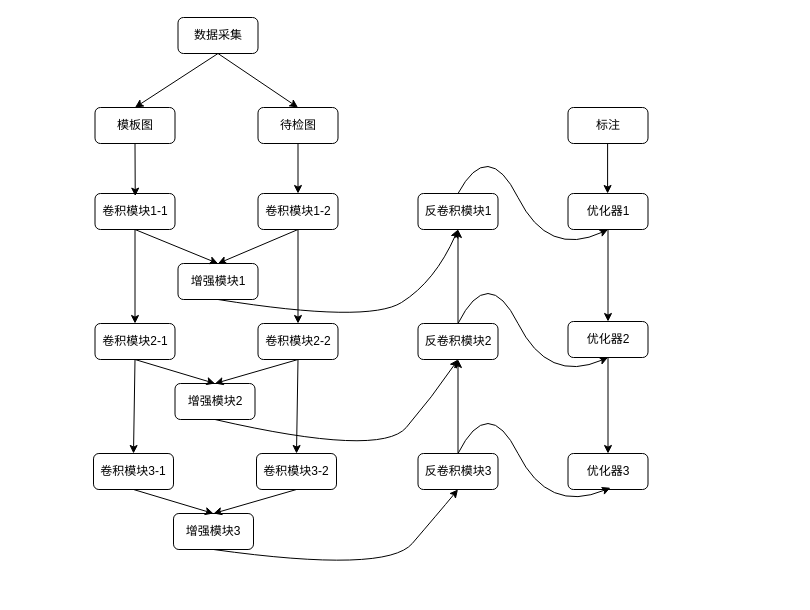
Before: 未命名绘图.drawio in plzo/git-note, a draw.io diagram. Source tidied: cells renumbered, new cells numbered last; positions are measured from the earlier drawing's top-left corner, leaving out a move shared by most shapes. Both pictures are drawn from the tidied source at 100%, with x=0, y=0 at pixel (93, 17).
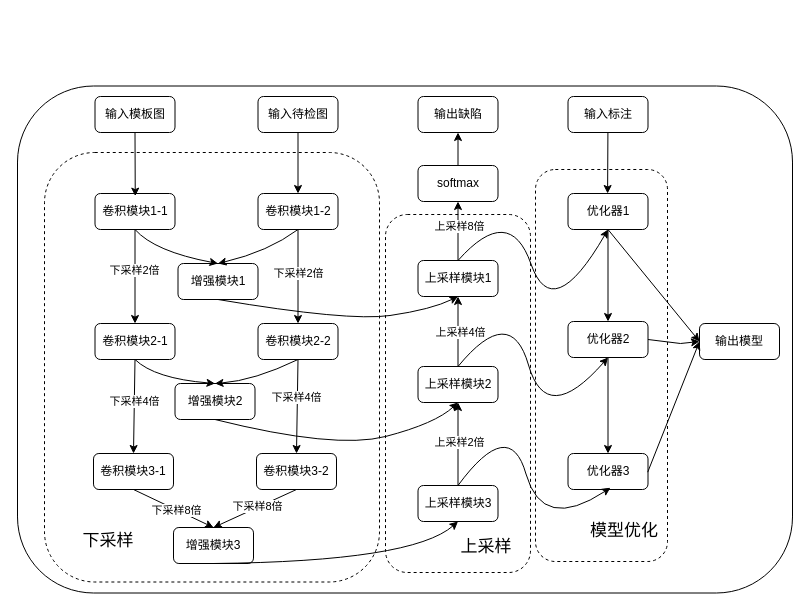
After the change.

Commit message:
网络流程图.drawio

Unchanged cells that the change refers to:
```xml
<mxCell id="5" value="卷积模块1-1" style="rounded=1;whiteSpace=wrap;html=1;" parent="1" vertex="1">
  <mxGeometry x="1.5" y="176" width="80" height="36" as="geometry" />
</mxCell>
<mxCell id="6" value="卷积模块1-2" style="rounded=1;whiteSpace=wrap;html=1;" parent="1" vertex="1">
  <mxGeometry x="164.5" y="176" width="80" height="36" as="geometry" />
</mxCell>
<mxCell id="7" value="卷积模块2-1" style="rounded=1;whiteSpace=wrap;html=1;" parent="1" vertex="1">
  <mxGeometry x="1.5" y="306" width="80" height="36" as="geometry" />
</mxCell>
<mxCell id="8" value="卷积模块2-2" style="rounded=1;whiteSpace=wrap;html=1;" parent="1" vertex="1">
  <mxGeometry x="164.5" y="306" width="80" height="36" as="geometry" />
</mxCell>
<mxCell id="10" value="增强模块1" style="rounded=1;whiteSpace=wrap;html=1;" parent="1" vertex="1">
  <mxGeometry x="84.5" y="246" width="80" height="36" as="geometry" />
</mxCell>
<mxCell id="13" style="endArrow=classic;html=1;rounded=0;exitX=0.5;exitY=1;exitDx=0;exitDy=0;" parent="1" edge="1" source="5" target="7">
  <mxGeometry relative="1" as="geometry" />
</mxCell>
<mxCell id="15" value="增强模块2" style="rounded=1;whiteSpace=wrap;html=1;" parent="1" vertex="1">
  <mxGeometry x="81.5" y="366" width="80" height="36" as="geometry" />
</mxCell>
<mxCell id="21" style="endArrow=classic;html=1;rounded=0;exitX=0.5;exitY=1;exitDx=0;exitDy=0;entryX=0.5;entryY=0;entryDx=0;entryDy=0;" parent="1" edge="1" source="18" target="20">
  <mxGeometry relative="1" as="geometry" />
</mxCell>
<mxCell id="22" style="endArrow=classic;html=1;rounded=0;exitX=0.5;exitY=1;exitDx=0;exitDy=0;entryX=0.5;entryY=0;entryDx=0;entryDy=0;" parent="1" edge="1" source="19" target="20">
  <mxGeometry relative="1" as="geometry" />
</mxCell>
<mxCell id="23" style="endArrow=classic;html=1;rounded=0;exitX=0.5;exitY=1;exitDx=0;exitDy=0;entryX=0.5;entryY=0;entryDx=0;entryDy=0;" parent="1" edge="1" source="6" target="8">
  <mxGeometry relative="1" as="geometry" />
</mxCell>
<mxCell id="24" style="endArrow=classic;html=1;rounded=0;entryX=0.5;entryY=0;entryDx=0;entryDy=0;exitX=0.5;exitY=1;exitDx=0;exitDy=0;" parent="1" edge="1" source="8" target="19">
  <mxGeometry relative="1" as="geometry" />
</mxCell>
<mxCell id="25" style="endArrow=classic;html=1;rounded=0;entryX=0.5;entryY=0;entryDx=0;entryDy=0;exitX=0.5;exitY=1;exitDx=0;exitDy=0;" parent="1" edge="1" source="7" target="18">
  <mxGeometry relative="1" as="geometry" />
</mxCell>
<mxCell id="26" value="优化器1" style="rounded=1;whiteSpace=wrap;html=1;" parent="1" vertex="1">
  <mxGeometry x="474.5" y="176" width="80" height="36" as="geometry" />
</mxCell>
<mxCell id="31" style="endArrow=classic;html=1;rounded=0;entryX=0.5;entryY=1;entryDx=0;entryDy=0;exitX=0.5;exitY=0;exitDx=0;exitDy=0;" parent="1" edge="1" source="27" target="28">
  <mxGeometry relative="1" as="geometry" />
</mxCell>
<mxCell id="32" style="endArrow=classic;html=1;rounded=0;entryX=0.5;entryY=1;entryDx=0;entryDy=0;exitX=0.5;exitY=0;exitDx=0;exitDy=0;" parent="1" edge="1" source="28" target="29">
  <mxGeometry relative="1" as="geometry" />
</mxCell>
<mxCell id="38" value="优化器2" style="rounded=1;whiteSpace=wrap;html=1;" parent="1" vertex="1">
  <mxGeometry x="474.5" y="304" width="80" height="36" as="geometry" />
</mxCell>
<mxCell id="39" value="优化器3" style="rounded=1;whiteSpace=wrap;html=1;" parent="1" vertex="1">
  <mxGeometry x="474.5" y="436" width="80" height="36" as="geometry" />
</mxCell>
```

The edit, as a diff of the source:
```diff
@@
-    <mxCell id="2" value="模板图" style="rounded=1;whiteSpace=wrap;html=1;" parent="1" vertex="1">
-      <mxGeometry x="1.5" y="90" width="80" height="36" as="geometry" />
+    <mxCell id="2" value="输入模板图" style="rounded=1;whiteSpace=wrap;html=1;" parent="1" vertex="1">
+      <mxGeometry x="1.5" y="79" width="80" height="36" as="geometry" />
     </mxCell>
-    <mxCell id="3" value="待检图" style="rounded=1;whiteSpace=wrap;html=1;" parent="1" vertex="1">
-      <mxGeometry x="164.5" y="90" width="80" height="36" as="geometry" />
+    <mxCell id="3" value="输入待检图" style="rounded=1;whiteSpace=wrap;html=1;" parent="1" vertex="1">
+      <mxGeometry x="164.5" y="79" width="80" height="36" as="geometry" />
     </mxCell>
-    <mxCell id="4" value="标注" style="rounded=1;whiteSpace=wrap;html=1;" parent="1" vertex="1">
-      <mxGeometry x="474.5" y="90" width="80" height="36" as="geometry" />
+    <mxCell id="4" value="输入标注" style="rounded=1;whiteSpace=wrap;html=1;" parent="1" vertex="1">
+      <mxGeometry x="474.5" y="79" width="80" height="36" as="geometry" />
     </mxCell>
@@
-    <mxCell id="12" style="endArrow=classic;html=1;rounded=0;exitX=0.5;exitY=1;exitDx=0;exitDy=0;entryX=0.5;entryY=0;entryDx=0;entryDy=0;" parent="1" edge="1" source="5" target="10">
-      <mxGeometry relative="1" as="geometry" />
-    </mxCell>
@@
-    <mxCell id="14" style="endArrow=classic;html=1;rounded=0;exitX=0.5;exitY=1;exitDx=0;exitDy=0;entryX=0.5;entryY=0;entryDx=0;entryDy=0;" parent="1" edge="1" source="6" target="10">
-      <mxGeometry relative="1" as="geometry" />
-    </mxCell>
+    <mxCell id="46" value="下采样2倍" style="edgeLabel;html=1;align=center;verticalAlign=middle;" parent="13" vertex="1">
+      <mxGeometry x="-0.15" y="-1" relative="1" as="geometry" />
+    </mxCell>
@@
-    <mxCell id="16" style="endArrow=classic;html=1;rounded=0;exitX=0.5;exitY=1;exitDx=0;exitDy=0;entryX=0.5;entryY=0;entryDx=0;entryDy=0;" parent="1" edge="1" source="7" target="15">
-      <mxGeometry relative="1" as="geometry" />
-    </mxCell>
-    <mxCell id="17" style="endArrow=classic;html=1;rounded=0;exitX=0.5;exitY=1;exitDx=0;exitDy=0;entryX=0.5;entryY=0;entryDx=0;entryDy=0;" parent="1" edge="1" source="8" target="15">
-      <mxGeometry relative="1" as="geometry" />
-    </mxCell>
@@
     <mxCell id="20" value="增强模块3" style="rounded=1;whiteSpace=wrap;html=1;" parent="1" vertex="1">
-      <mxGeometry x="80" y="496" width="80" height="36" as="geometry" />
+      <mxGeometry x="80" y="510" width="80" height="36" as="geometry" />
     </mxCell>
@@
+    <mxCell id="47" value="下采样8倍" style="edgeLabel;html=1;align=center;verticalAlign=middle;" parent="21" vertex="1">
+      <mxGeometry x="0.06" relative="1" as="geometry" />
+    </mxCell>
@@
+    <mxCell id="48" value="下采样8倍" style="edgeLabel;html=1;align=center;verticalAlign=middle;" parent="22" vertex="1">
+      <mxGeometry x="-0.05" y="-1" relative="1" as="geometry" />
+    </mxCell>
@@
+    <mxCell id="49" value="下采样2倍" style="edgeLabel;html=1;align=center;verticalAlign=middle;" parent="23" vertex="1">
+      <mxGeometry x="-0.08" relative="1" as="geometry" />
+    </mxCell>
@@
+    <mxCell id="50" value="下采样4倍" style="edgeLabel;html=1;align=center;verticalAlign=middle;" parent="24" vertex="1">
+      <mxGeometry x="-0.19" y="-1" relative="1" as="geometry" />
+    </mxCell>
@@
+    <mxCell id="51" value="下采样4倍" style="edgeLabel;html=1;align=center;verticalAlign=middle;" parent="25" vertex="1">
+      <mxGeometry x="-0.1" relative="1" as="geometry" />
+    </mxCell>
@@
-    <mxCell id="27" value="反卷积模块3" style="rounded=1;whiteSpace=wrap;html=1;" parent="1" vertex="1">
-      <mxGeometry x="324.5" y="436" width="80" height="36" as="geometry" />
+    <mxCell id="27" value="上采样模块3" style="rounded=1;whiteSpace=wrap;html=1;" parent="1" vertex="1">
+      <mxGeometry x="324.5" y="468" width="80" height="36" as="geometry" />
     </mxCell>
-    <mxCell id="28" value="反卷积模块2" style="rounded=1;whiteSpace=wrap;html=1;" parent="1" vertex="1">
-      <mxGeometry x="324.5" y="306" width="80" height="36" as="geometry" />
+    <mxCell id="28" value="上采样模块2" style="rounded=1;whiteSpace=wrap;html=1;" parent="1" vertex="1">
+      <mxGeometry x="324.5" y="349" width="80" height="36" as="geometry" />
     </mxCell>
-    <mxCell id="29" value="反卷积模块1" style="rounded=1;whiteSpace=wrap;html=1;" parent="1" vertex="1">
-      <mxGeometry x="324.5" y="176" width="80" height="36" as="geometry" />
+    <mxCell id="29" value="上采样模块1" style="rounded=1;whiteSpace=wrap;html=1;" parent="1" vertex="1">
+      <mxGeometry x="324.5" y="243" width="80" height="36" as="geometry" />
     </mxCell>
     <mxCell id="30" style="curved=1;endArrow=classic;html=1;rounded=0;exitX=0.5;exitY=1;exitDx=0;exitDy=0;entryX=0.5;entryY=1;entryDx=0;entryDy=0;" parent="1" edge="1" source="20" target="27">
       <mxGeometry relative="1" as="geometry">
         <Array as="points">
-          <mxPoint x="293" y="556" />
-          <mxPoint x="344.5" y="496" />
+          <mxPoint x="319" y="544" />
         </Array>
       </mxGeometry>
     </mxCell>
@@
+    <mxCell id="52" value="上采样2倍" style="edgeLabel;html=1;align=center;verticalAlign=middle;" parent="31" vertex="1">
+      <mxGeometry x="0.07" y="-1" relative="1" as="geometry" />
+    </mxCell>
@@
+    <mxCell id="53" value="上采样4倍" style="edgeLabel;html=1;align=center;verticalAlign=middle;" parent="32" vertex="1">
+      <mxGeometry y="-2" relative="1" as="geometry" />
+    </mxCell>
     <mxCell id="33" style="curved=1;endArrow=classic;html=1;rounded=0;exitX=0.5;exitY=1;exitDx=0;exitDy=0;entryX=0.5;entryY=1;entryDx=0;entryDy=0;" parent="1" edge="1" source="15" target="28">
       <mxGeometry relative="1" as="geometry">
         <Array as="points">
-          <mxPoint x="287" y="440" />
-          <mxPoint x="338.5" y="380" />
+          <mxPoint x="242" y="432" />
+          <mxPoint x="342" y="406" />
         </Array>
       </mxGeometry>
     </mxCell>
     <mxCell id="34" style="curved=1;endArrow=classic;html=1;rounded=0;exitX=0.5;exitY=1;exitDx=0;exitDy=0;entryX=0.5;entryY=1;entryDx=0;entryDy=0;" parent="1" edge="1" source="10" target="29">
       <mxGeometry relative="1" as="geometry">
         <Array as="points">
-          <mxPoint x="274.5" y="306" />
-          <mxPoint x="341.5" y="264" />
+          <mxPoint x="255" y="304" />
+          <mxPoint x="338" y="292" />
         </Array>
       </mxGeometry>
     </mxCell>
-    <mxCell id="35" value="数据采集" style="rounded=1;whiteSpace=wrap;html=1;" parent="1" vertex="1">
-      <mxGeometry x="84.5" width="80" height="36" as="geometry" />
-    </mxCell>
-    <mxCell id="36" style="endArrow=classic;html=1;rounded=0;exitX=0.5;exitY=1;exitDx=0;exitDy=0;entryX=0.5;entryY=0;entryDx=0;entryDy=0;" parent="1" edge="1" source="35" target="2">
-      <mxGeometry relative="1" as="geometry" />
-    </mxCell>
-    <mxCell id="37" style="endArrow=classic;html=1;rounded=0;exitX=0.5;exitY=1;exitDx=0;exitDy=0;entryX=0.5;entryY=0;entryDx=0;entryDy=0;" parent="1" edge="1" source="35" target="3">
-      <mxGeometry relative="1" as="geometry" />
-    </mxCell>
@@
-    <mxCell id="40" style="endArrow=classic;html=1;rounded=0;exitX=0.5;exitY=1;exitDx=0;exitDy=0;" parent="1" edge="1">
+    <mxCell id="40" style="endArrow=classic;html=1;rounded=0;" parent="1" edge="1" source="4">
       <mxGeometry relative="1" as="geometry">
-        <mxPoint x="514.1" y="126" as="sourcePoint" />
         <mxPoint x="514.1" y="176" as="targetPoint" />
       </mxGeometry>
     </mxCell>
@@
     <mxCell id="43" style="curved=1;endArrow=classic;html=1;rounded=0;exitX=0.5;exitY=0;exitDx=0;exitDy=0;entryX=0.5;entryY=1;entryDx=0;entryDy=0;" parent="1" edge="1" source="29" target="26">
       <mxGeometry relative="1" as="geometry">
         <Array as="points">
-          <mxPoint x="394.5" y="120" />
-          <mxPoint x="454.5" y="240" />
+          <mxPoint x="416" y="185" />
+          <mxPoint x="459" y="308" />
         </Array>
       </mxGeometry>
     </mxCell>
     <mxCell id="44" style="curved=1;endArrow=classic;html=1;rounded=0;exitX=0.5;exitY=0;exitDx=0;exitDy=0;" parent="1" edge="1" source="28">
       <mxGeometry relative="1" as="geometry">
         <mxPoint x="514.5" y="340" as="targetPoint" />
         <Array as="points">
-          <mxPoint x="394.5" y="246" />
-          <mxPoint x="454.5" y="366" />
+          <mxPoint x="417" y="285" />
+          <mxPoint x="453" y="410" />
         </Array>
       </mxGeometry>
     </mxCell>
-    <mxCell id="45" style="curved=1;endArrow=classic;html=1;rounded=0;exitX=0.5;exitY=0;exitDx=0;exitDy=0;entryX=0.531;entryY=0.951;entryDx=0;entryDy=0;entryPerimeter=0;" parent="1" edge="1" target="39">
+    <mxCell id="45" style="curved=1;endArrow=classic;html=1;rounded=0;exitX=0.5;exitY=0;exitDx=0;exitDy=0;entryX=0.531;entryY=0.951;entryDx=0;entryDy=0;entryPerimeter=0;" parent="1" edge="1" source="27" target="39">
       <mxGeometry relative="1" as="geometry">
-        <mxPoint x="364.5" y="436" as="sourcePoint" />
         <Array as="points">
-          <mxPoint x="394.5" y="376" />
-          <mxPoint x="454.5" y="496" />
+          <mxPoint x="416" y="398" />
+          <mxPoint x="449" y="515" />
         </Array>
       </mxGeometry>
     </mxCell>
+    <mxCell id="54" style="edgeStyle=orthogonalEdgeStyle;rounded=0;jettySize=auto;html=1;exitX=0.5;exitY=0;exitDx=0;exitDy=0;entryX=0.5;entryY=1;entryDx=0;entryDy=0;" parent="1" edge="1" source="55" target="69">
+      <mxGeometry relative="1" as="geometry" />
+    </mxCell>
+    <mxCell id="55" value="softmax" style="rounded=1;whiteSpace=wrap;html=1;" parent="1" vertex="1">
+      <mxGeometry x="324.5" y="148" width="80" height="36" as="geometry" />
+    </mxCell>
+    <mxCell id="56" style="endArrow=classic;html=1;rounded=0;entryX=0.5;entryY=1;entryDx=0;entryDy=0;exitX=0.5;exitY=0;exitDx=0;exitDy=0;" parent="1" edge="1" source="29" target="55">
+      <mxGeometry relative="1" as="geometry" />
+    </mxCell>
+    <mxCell id="57" value="上采样8倍" style="edgeLabel;html=1;align=center;verticalAlign=middle;" parent="56" vertex="1">
+      <mxGeometry x="0.18" y="-1" relative="1" as="geometry" />
+    </mxCell>
+    <mxCell id="58" style="rounded=1;whiteSpace=wrap;html=1;fillColor=none;dashed=1;" parent="1" vertex="1">
+      <mxGeometry x="292" y="197" width="145" height="358" as="geometry" />
+    </mxCell>
+    <mxCell id="59" style="rounded=1;whiteSpace=wrap;html=1;fillColor=none;dashed=1;" parent="1" vertex="1">
+      <mxGeometry x="-49" y="135" width="335" height="429.5" as="geometry" />
+    </mxCell>
+    <mxCell id="60" value="&lt;font style=&quot;font-size: 17px;&quot;&gt;下采样&lt;/font&gt;" style="text;html=1;strokeColor=none;fillColor=none;align=center;verticalAlign=middle;whiteSpace=wrap;rounded=0;" parent="1" vertex="1">
+      <mxGeometry x="-25" y="510" width="80" height="28" as="geometry" />
+    </mxCell>
+    <mxCell id="61" value="&lt;span style=&quot;font-size: 17px;&quot;&gt;上采样&lt;/span&gt;" style="text;html=1;strokeColor=none;fillColor=none;align=center;verticalAlign=middle;whiteSpace=wrap;rounded=0;" parent="1" vertex="1">
+      <mxGeometry x="353" y="516" width="80" height="28" as="geometry" />
+    </mxCell>
+    <mxCell id="62" style="rounded=1;whiteSpace=wrap;html=1;fillColor=none;dashed=1;" parent="1" vertex="1">
+      <mxGeometry x="442" y="152" width="132" height="392" as="geometry" />
+    </mxCell>
+    <mxCell id="63" value="&lt;span style=&quot;font-size: 17px;&quot;&gt;模型优化&lt;/span&gt;" style="text;html=1;strokeColor=none;fillColor=none;align=center;verticalAlign=middle;whiteSpace=wrap;rounded=0;" parent="1" vertex="1">
+      <mxGeometry x="491" y="500" width="80" height="28" as="geometry" />
+    </mxCell>
+    <mxCell id="64" style="rounded=1;whiteSpace=wrap;html=1;fillColor=none;" parent="1" vertex="1">
+      <mxGeometry x="-76" y="68.5" width="775" height="507" as="geometry" />
+    </mxCell>
+    <mxCell id="65" value="输出模型" style="rounded=1;whiteSpace=wrap;html=1;" parent="1" vertex="1">
+      <mxGeometry x="606" y="306" width="80" height="36" as="geometry" />
+    </mxCell>
+    <mxCell id="66" style="endArrow=classic;html=1;rounded=0;exitX=0.5;exitY=1;exitDx=0;exitDy=0;entryX=0;entryY=0.5;entryDx=0;entryDy=0;" parent="1" edge="1" source="26" target="65">
+      <mxGeometry relative="1" as="geometry" />
+    </mxCell>
+    <mxCell id="67" style="endArrow=classic;html=1;rounded=0;exitX=1;exitY=0.5;exitDx=0;exitDy=0;entryX=0;entryY=0.5;entryDx=0;entryDy=0;" parent="1" edge="1" source="38" target="65">
+      <mxGeometry relative="1" as="geometry">
+        <Array as="points">
+          <mxPoint x="587" y="326" />
+        </Array>
+      </mxGeometry>
+    </mxCell>
+    <mxCell id="68" style="endArrow=classic;html=1;rounded=0;exitX=1;exitY=0.5;exitDx=0;exitDy=0;entryX=0;entryY=0.5;entryDx=0;entryDy=0;" parent="1" edge="1" target="65">
+      <mxGeometry relative="1" as="geometry">
+        <mxPoint x="554.2" y="454.7" as="sourcePoint" />
+      </mxGeometry>
+    </mxCell>
+    <mxCell id="69" value="输出缺陷" style="rounded=1;whiteSpace=wrap;html=1;" parent="1" vertex="1">
+      <mxGeometry x="324.5" y="79" width="80" height="36" as="geometry" />
+    </mxCell>
+    <mxCell id="12" style="curved=1;endArrow=classic;html=1;rounded=0;exitX=0.5;exitY=1;exitDx=0;exitDy=0;entryX=0.5;entryY=0;entryDx=0;entryDy=0;" parent="1" edge="1" source="5" target="10">
+      <mxGeometry relative="1" as="geometry">
+        <Array as="points">
+          <mxPoint x="61" y="234" />
+        </Array>
+      </mxGeometry>
+    </mxCell>
+    <mxCell id="14" style="curved=1;endArrow=classic;html=1;rounded=0;exitX=0.5;exitY=1;exitDx=0;exitDy=0;entryX=0.5;entryY=0;entryDx=0;entryDy=0;" parent="1" edge="1" source="6" target="10">
+      <mxGeometry relative="1" as="geometry">
+        <Array as="points">
+          <mxPoint x="175" y="234" />
+        </Array>
+      </mxGeometry>
+    </mxCell>
+    <mxCell id="16" style="curved=1;endArrow=classic;html=1;rounded=0;exitX=0.5;exitY=1;exitDx=0;exitDy=0;entryX=0.5;entryY=0;entryDx=0;entryDy=0;" parent="1" edge="1" source="7" target="15">
+      <mxGeometry relative="1" as="geometry">
+        <Array as="points">
+          <mxPoint x="61" y="361" />
+        </Array>
+      </mxGeometry>
+    </mxCell>
+    <mxCell id="17" style="curved=1;endArrow=classic;html=1;rounded=0;exitX=0.5;exitY=1;exitDx=0;exitDy=0;entryX=0.5;entryY=0;entryDx=0;entryDy=0;" parent="1" edge="1" source="8" target="15">
+      <mxGeometry relative="1" as="geometry">
+        <Array as="points">
+          <mxPoint x="161" y="363" />
+        </Array>
+      </mxGeometry>
+    </mxCell>
```
